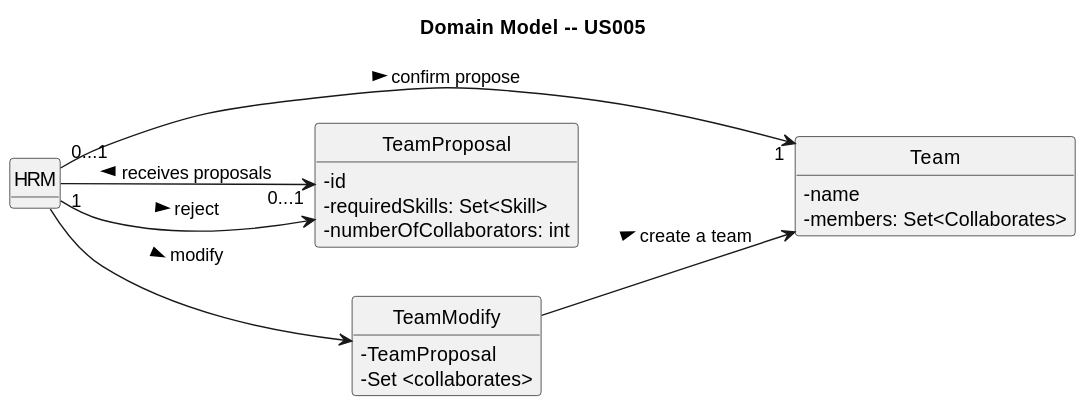
Above: docs/sprintA/us005/02.analysis/svg/us005-domain-model.svg in ricardomm7/leaflink (PlantUML), before the change. Its diagram source:
```plantuml
@startuml
skinparam monochrome true
skinparam packageStyle rectangle
skinparam shadowing false

left to right direction

skinparam classAttributeIconSize 0

hide circle
hide methods

title Domain Model -- US005

class Team {
  - name
  - members: Set<Collaborates>
}

class TeamProposal {
  - id
  - requiredSkills: Set<Skill>
  - numberOfCollaborators: int
}

class TeamModify{
  - TeamProposal
  - Set <collaborates>
}


HRM "0...1" --> "1" Team: confirm propose >

HRM "1" --> "0...1" TeamProposal : receives proposals <
HRM --> TeamProposal: reject >
HRM --> TeamModify:  modify >
TeamModify --> Team: create a team >
@enduml
```
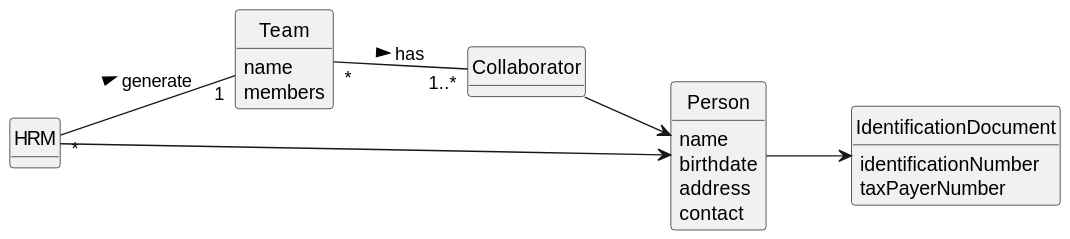
The same diagram one commit later.

Diff of the diagram source:
```diff
@@ -10,29 +10,28 @@
 hide circle
 hide methods
 
-title Domain Model -- US005
 
 class Team {
-  - name
-  - members: Set<Collaborates>
+  name
+  members
 }
 
-class TeamProposal {
-  - id
-  - requiredSkills: Set<Skill>
-  - numberOfCollaborators: int
+class Person {
+    name
+    birthdate
+    address
+    contact
+
 }
 
-class TeamModify{
-  - TeamProposal
-  - Set <collaborates>
+class IdentificationDocument{
+  identificationNumber
+  taxPayerNumber
 }
 
-
-HRM "0...1" --> "1" Team: confirm propose >
-
-HRM "1" --> "0...1" TeamProposal : receives proposals <
-HRM --> TeamProposal: reject >
-HRM --> TeamModify:  modify >
-TeamModify --> Team: create a team >
+HRM "*" -- "1" Team: generate   >
+HRM  -->  Person
+Collaborator  -->  Person
+Person  -->  IdentificationDocument
+Team "*" -- "1..*" Collaborator : has >
 @enduml
```
